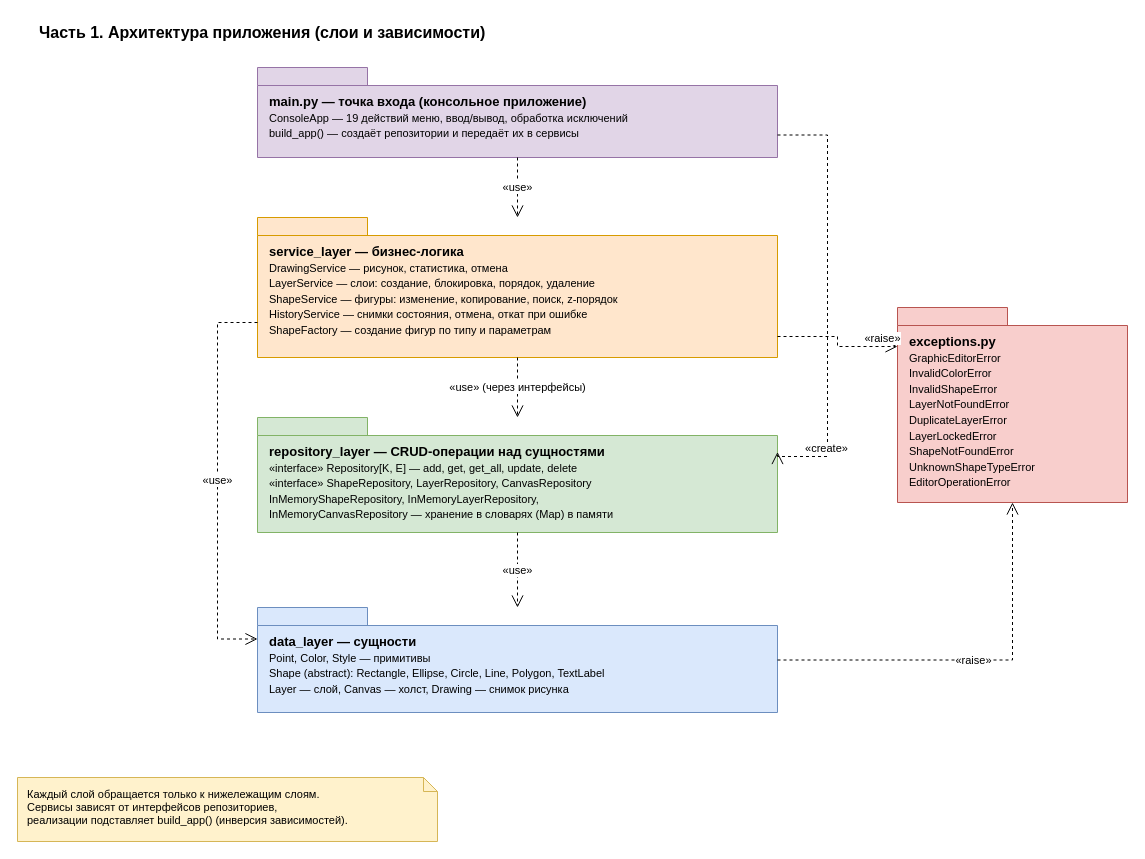
The draw.io diagram page "Часть 1. Архитектура" (1 of 6) of docs/uml/class_diagram.drawio in knockck/Lab1, before the edit. Source tidied: cells renumbered, new cells numbered last; positions are measured from the earlier drawing's top-left corner, leaving out a move shared by most shapes. Both pictures are drawn from the tidied source at 100%, with x=0, y=0 at pixel (17, 17).
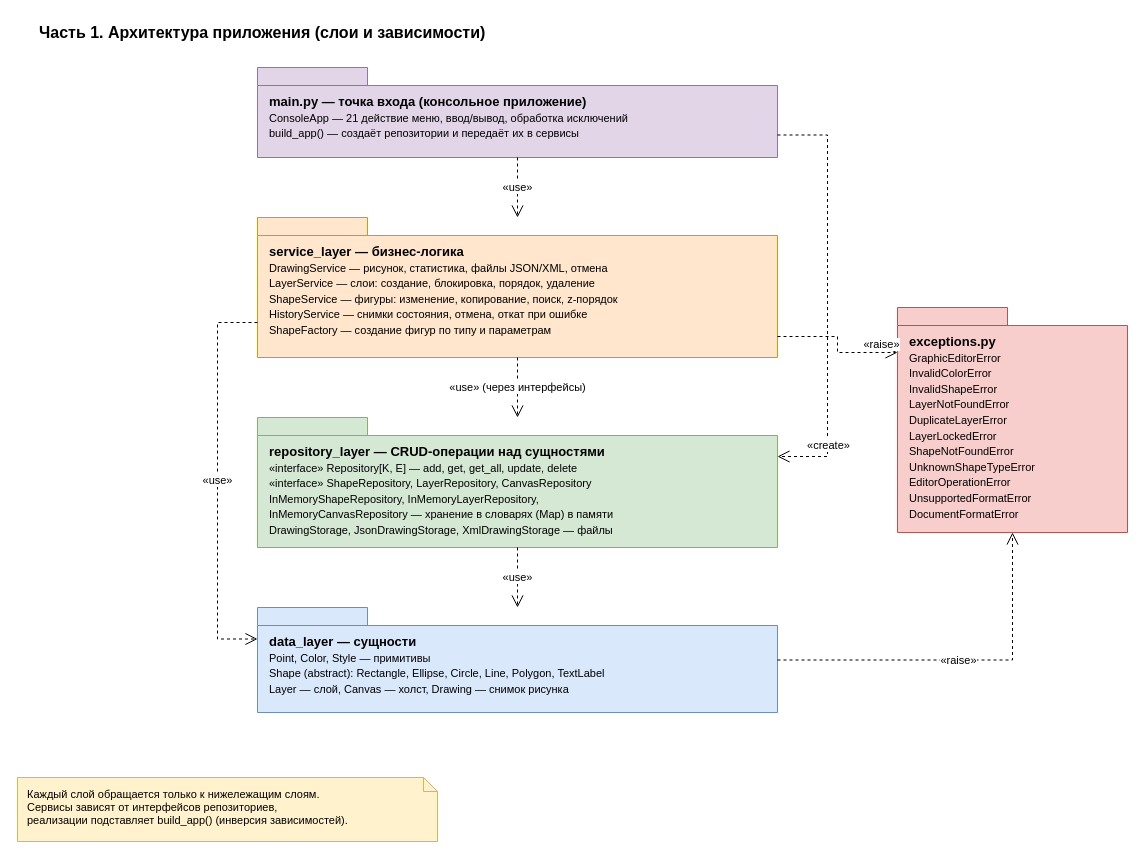
The same page after the edit.

The edit, as a diff of the source:
```diff
@@
-    <mxCell id="3" value="&lt;b&gt;main.py — точка входа (консольное приложение)&lt;/b&gt;&lt;br&gt;&lt;span style=&quot;font-size:11px&quot;&gt;ConsoleApp — 19 действий меню, ввод/вывод, обработка исключений&lt;br&gt;build_app() — создаёт репозитории и передаёт их в сервисы&lt;/span&gt;" style="shape=folder;fontStyle=0;tabWidth=110;tabHeight=18;tabPosition=left;html=1;whiteSpace=wrap;align=left;verticalAlign=top;spacingLeft=10;spacingTop=20;fillColor=#e1d5e7;strokeColor=#9673a6;fontSize=13;" parent="1" vertex="1">
+    <mxCell id="3" value="&lt;b&gt;main.py — точка входа (консольное приложение)&lt;/b&gt;&lt;br&gt;&lt;span style=&quot;font-size:11px&quot;&gt;ConsoleApp — 21 действие меню, ввод/вывод, обработка исключений&lt;br&gt;build_app() — создаёт репозитории и передаёт их в сервисы&lt;/span&gt;" style="shape=folder;fontStyle=0;tabWidth=110;tabHeight=18;tabPosition=left;html=1;whiteSpace=wrap;align=left;verticalAlign=top;spacingLeft=10;spacingTop=20;fillColor=#e1d5e7;strokeColor=#9673a6;fontSize=13;" parent="1" vertex="1">
       <mxGeometry x="240" y="50" width="520" height="90" as="geometry" />
     </mxCell>
-    <mxCell id="4" value="&lt;b&gt;service_layer — бизнес-логика&lt;/b&gt;&lt;br&gt;&lt;span style=&quot;font-size:11px&quot;&gt;DrawingService — рисунок, статистика, отмена&lt;br&gt;LayerService — слои: создание, блокировка, порядок, удаление&lt;br&gt;ShapeService — фигуры: изменение, копирование, поиск, z-порядок&lt;br&gt;HistoryService — снимки состояния, отмена, откат при ошибке&lt;br&gt;ShapeFactory — создание фигур по типу и параметрам&lt;/span&gt;" style="shape=folder;fontStyle=0;tabWidth=110;tabHeight=18;tabPosition=left;html=1;whiteSpace=wrap;align=left;verticalAlign=top;spacingLeft=10;spacingTop=20;fillColor=#ffe6cc;strokeColor=#d79b00;fontSize=13;" parent="1" vertex="1">
+    <mxCell id="4" value="&lt;b&gt;service_layer — бизнес-логика&lt;/b&gt;&lt;br&gt;&lt;span style=&quot;font-size:11px&quot;&gt;DrawingService — рисунок, статистика, файлы JSON/XML, отмена&lt;br&gt;LayerService — слои: создание, блокировка, порядок, удаление&lt;br&gt;ShapeService — фигуры: изменение, копирование, поиск, z-порядок&lt;br&gt;HistoryService — снимки состояния, отмена, откат при ошибке&lt;br&gt;ShapeFactory — создание фигур по типу и параметрам&lt;/span&gt;" style="shape=folder;fontStyle=0;tabWidth=110;tabHeight=18;tabPosition=left;html=1;whiteSpace=wrap;align=left;verticalAlign=top;spacingLeft=10;spacingTop=20;fillColor=#ffe6cc;strokeColor=#d79b00;fontSize=13;" parent="1" vertex="1">
       <mxGeometry x="240" y="200" width="520" height="140" as="geometry" />
     </mxCell>
-    <mxCell id="5" value="&lt;b&gt;repository_layer — CRUD-операции над сущностями&lt;/b&gt;&lt;br&gt;&lt;span style=&quot;font-size:11px&quot;&gt;«interface» Repository[K, E] — add, get, get_all, update, delete&lt;br&gt;«interface» ShapeRepository, LayerRepository, CanvasRepository&lt;br&gt;InMemoryShapeRepository, InMemoryLayerRepository,&lt;br&gt;InMemoryCanvasRepository — хранение в словарях (Map) в памяти&lt;/span&gt;" style="shape=folder;fontStyle=0;tabWidth=110;tabHeight=18;tabPosition=left;html=1;whiteSpace=wrap;align=left;verticalAlign=top;spacingLeft=10;spacingTop=20;fillColor=#d5e8d4;strokeColor=#82b366;fontSize=13;" parent="1" vertex="1">
-      <mxGeometry x="240" y="400" width="520" height="115" as="geometry" />
+    <mxCell id="5" value="&lt;b&gt;repository_layer — CRUD-операции над сущностями&lt;/b&gt;&lt;br&gt;&lt;span style=&quot;font-size:11px&quot;&gt;«interface» Repository[K, E] — add, get, get_all, update, delete&lt;br&gt;«interface» ShapeRepository, LayerRepository, CanvasRepository&lt;br&gt;InMemoryShapeRepository, InMemoryLayerRepository,&lt;br&gt;InMemoryCanvasRepository — хранение в словарях (Map) в памяти&lt;br&gt;DrawingStorage, JsonDrawingStorage, XmlDrawingStorage — файлы&lt;/span&gt;" style="shape=folder;fontStyle=0;tabWidth=110;tabHeight=18;tabPosition=left;html=1;whiteSpace=wrap;align=left;verticalAlign=top;spacingLeft=10;spacingTop=20;fillColor=#d5e8d4;strokeColor=#82b366;fontSize=13;" parent="1" vertex="1">
+      <mxGeometry x="240" y="400" width="520" height="130" as="geometry" />
     </mxCell>
@@
-    <mxCell id="13" value="&lt;b&gt;exceptions.py&lt;/b&gt;&lt;br&gt;&lt;span style=&quot;font-size:11px&quot;&gt;GraphicEditorError&lt;br&gt;InvalidColorError&lt;br&gt;InvalidShapeError&lt;br&gt;LayerNotFoundError&lt;br&gt;DuplicateLayerError&lt;br&gt;LayerLockedError&lt;br&gt;ShapeNotFoundError&lt;br&gt;UnknownShapeTypeError&lt;br&gt;EditorOperationError&lt;/span&gt;" style="shape=folder;fontStyle=0;tabWidth=110;tabHeight=18;tabPosition=left;html=1;whiteSpace=wrap;align=left;verticalAlign=top;spacingLeft=10;spacingTop=20;fillColor=#f8cecc;strokeColor=#b85450;fontSize=13;" parent="1" vertex="1">
-      <mxGeometry x="880" y="290" width="230" height="195" as="geometry" />
+    <mxCell id="13" value="&lt;b&gt;exceptions.py&lt;/b&gt;&lt;br&gt;&lt;span style=&quot;font-size:11px&quot;&gt;GraphicEditorError&lt;br&gt;InvalidColorError&lt;br&gt;InvalidShapeError&lt;br&gt;LayerNotFoundError&lt;br&gt;DuplicateLayerError&lt;br&gt;LayerLockedError&lt;br&gt;ShapeNotFoundError&lt;br&gt;UnknownShapeTypeError&lt;br&gt;EditorOperationError&lt;br&gt;UnsupportedFormatError&lt;br&gt;DocumentFormatError&lt;/span&gt;" style="shape=folder;fontStyle=0;tabWidth=110;tabHeight=18;tabPosition=left;html=1;whiteSpace=wrap;align=left;verticalAlign=top;spacingLeft=10;spacingTop=20;fillColor=#f8cecc;strokeColor=#b85450;fontSize=13;" parent="1" vertex="1">
+      <mxGeometry x="880" y="290" width="230" height="225" as="geometry" />
     </mxCell>
```
